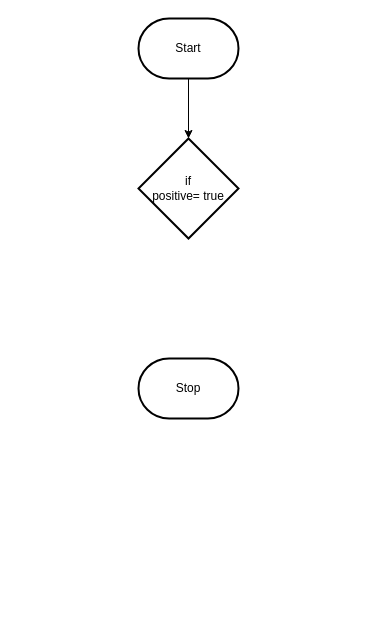
MTHS-ICS2O-2-2022/ICS2O-Unit-5-02-Dominic-Madeira keeps this draw.io diagram as design/flowchart.drawio. Above is the earlier version. Source tidied: cells renumbered, new cells numbered last; positions are measured from the earlier drawing's top-left corner, leaving out a move shared by most shapes. Both pictures are drawn from the tidied source at 100%, with x=0, y=0 at pixel (138, 18).
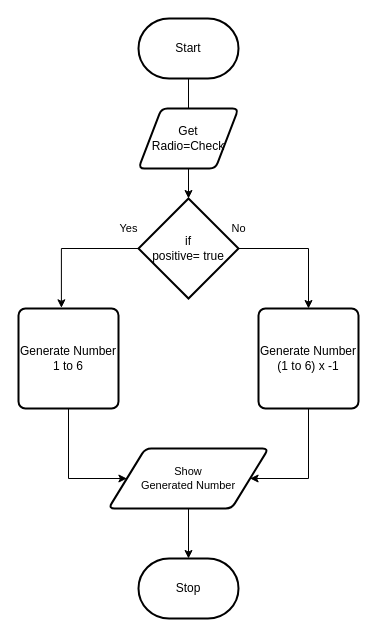
Above is the later version.

The change refers to these unchanged cells:
```xml
<mxCell id="3" value="Start" style="strokeWidth=2;html=1;shape=mxgraph.flowchart.terminator;whiteSpace=wrap;" parent="1" vertex="1">
  <mxGeometry width="100" height="60" as="geometry" />
</mxCell>
```

Diff of the diagram source:
```diff
@@
-    <mxCell id="2" style="edgeStyle=orthogonalEdgeStyle;html=1;rounded=0;entryX=0.5;entryY=0;entryDx=0;entryDy=0;entryPerimeter=0;" parent="1" edge="1" source="3" target="5">
+    <mxCell id="2" style="edgeStyle=orthogonalEdgeStyle;html=1;rounded=0;entryX=0.5;entryY=0;entryDx=0;entryDy=0;entryPerimeter=0;startArrow=none;" parent="1" edge="1" source="9" target="5">
       <mxGeometry relative="1" as="geometry" />
     </mxCell>
@@
     <mxCell id="4" value="Stop" style="strokeWidth=2;html=1;shape=mxgraph.flowchart.terminator;whiteSpace=wrap;" parent="1" vertex="1">
-      <mxGeometry y="340" width="100" height="60" as="geometry" />
+      <mxGeometry y="540" width="100" height="60" as="geometry" />
     </mxCell>
+    <mxCell id="6" style="edgeStyle=orthogonalEdgeStyle;html=1;entryX=0.429;entryY=-0.007;entryDx=0;entryDy=0;entryPerimeter=0;rounded=0;" parent="1" edge="1" source="5" target="11">
+      <mxGeometry relative="1" as="geometry" />
+    </mxCell>
+    <mxCell id="7" style="edgeStyle=orthogonalEdgeStyle;shape=connector;rounded=0;html=1;labelBackgroundColor=default;strokeColor=default;fontFamily=Helvetica;fontSize=11;fontColor=default;endArrow=classic;" parent="1" edge="1" source="5" target="13">
+      <mxGeometry relative="1" as="geometry" />
+    </mxCell>
     <mxCell id="5" value="if&lt;br&gt;positive= true" style="strokeWidth=2;html=1;shape=mxgraph.flowchart.decision;whiteSpace=wrap;" parent="1" vertex="1">
-      <mxGeometry y="120" width="100" height="100" as="geometry" />
+      <mxGeometry y="180" width="100" height="100" as="geometry" />
     </mxCell>
+    <mxCell id="8" style="edgeStyle=orthogonalEdgeStyle;html=1;rounded=0;entryX=0.5;entryY=0;entryDx=0;entryDy=0;entryPerimeter=0;endArrow=none;" parent="1" edge="1" source="3" target="9">
+      <mxGeometry relative="1" as="geometry" />
+    </mxCell>
+    <mxCell id="9" value="Get&lt;br&gt;Radio=Check" style="shape=parallelogram;html=1;strokeWidth=2;perimeter=parallelogramPerimeter;whiteSpace=wrap;rounded=1;arcSize=12;size=0.23;" parent="1" vertex="1">
+      <mxGeometry y="90" width="100" height="60" as="geometry" />
+    </mxCell>
+    <mxCell id="10" style="edgeStyle=orthogonalEdgeStyle;shape=connector;rounded=0;html=1;labelBackgroundColor=default;strokeColor=default;fontFamily=Helvetica;fontSize=11;fontColor=default;endArrow=classic;entryX=0;entryY=0.5;entryDx=0;entryDy=0;" parent="1" edge="1" source="11" target="15">
+      <mxGeometry relative="1" as="geometry">
+        <Array as="points">
+          <mxPoint x="-70" y="460" />
+        </Array>
+      </mxGeometry>
+    </mxCell>
+    <mxCell id="11" value="Generate Number&lt;br&gt;1 to 6" style="rounded=1;whiteSpace=wrap;html=1;absoluteArcSize=1;arcSize=14;strokeWidth=2;" parent="1" vertex="1">
+      <mxGeometry x="-120" y="290" width="100" height="100" as="geometry" />
+    </mxCell>
+    <mxCell id="12" style="edgeStyle=orthogonalEdgeStyle;shape=connector;rounded=0;html=1;entryX=1;entryY=0.5;entryDx=0;entryDy=0;labelBackgroundColor=default;strokeColor=default;fontFamily=Helvetica;fontSize=11;fontColor=default;endArrow=classic;" parent="1" edge="1" source="13" target="15">
+      <mxGeometry relative="1" as="geometry">
+        <Array as="points">
+          <mxPoint x="170" y="460" />
+        </Array>
+      </mxGeometry>
+    </mxCell>
+    <mxCell id="13" value="Generate Number&lt;br&gt;(1 to 6) x -1" style="rounded=1;whiteSpace=wrap;html=1;absoluteArcSize=1;arcSize=14;strokeWidth=2;" parent="1" vertex="1">
+      <mxGeometry x="120" y="290" width="100" height="100" as="geometry" />
+    </mxCell>
+    <mxCell id="14" style="edgeStyle=orthogonalEdgeStyle;shape=connector;rounded=0;html=1;labelBackgroundColor=default;strokeColor=default;fontFamily=Helvetica;fontSize=11;fontColor=default;endArrow=classic;" parent="1" edge="1" source="15" target="4">
+      <mxGeometry relative="1" as="geometry" />
+    </mxCell>
+    <mxCell id="15" value="Show&lt;br&gt;Generated Number" style="shape=parallelogram;html=1;strokeWidth=2;perimeter=parallelogramPerimeter;whiteSpace=wrap;rounded=1;arcSize=12;size=0.23;fontFamily=Helvetica;fontSize=11;fontColor=default;" parent="1" vertex="1">
+      <mxGeometry x="-30" y="430" width="160" height="60" as="geometry" />
+    </mxCell>
+    <mxCell id="16" value="Yes" style="text;html=1;align=center;verticalAlign=middle;strokeColor=none;fillColor=none;fontSize=11;fontFamily=Helvetica;fontColor=default;" parent="1" vertex="1">
+      <mxGeometry x="-30" y="195" width="40" height="30" as="geometry" />
+    </mxCell>
+    <mxCell id="17" value="No" style="text;html=1;align=center;verticalAlign=middle;strokeColor=none;fillColor=none;fontSize=11;fontFamily=Helvetica;fontColor=default;" parent="1" vertex="1">
+      <mxGeometry x="80" y="195" width="40" height="30" as="geometry" />
+    </mxCell>
```
